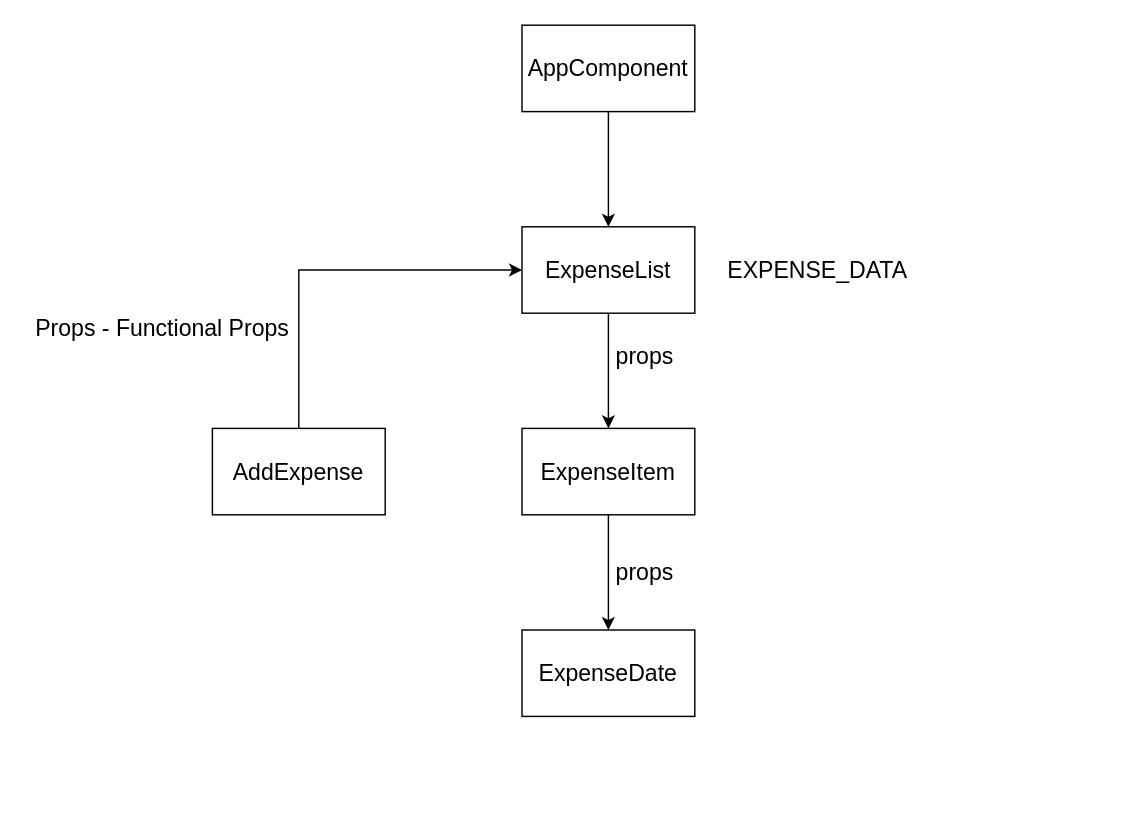
Before: page "Page-2" (2 of 2) of refs/diagrams.drawio in synergy2411/b2_react-mar-22, a draw.io diagram. Source tidied: cells renumbered, new cells numbered last; positions are measured from the earlier drawing's top-left corner, leaving out a move shared by most shapes. Both pictures are drawn from the tidied source at 144%, with x=0, y=0 at pixel (24, 24).
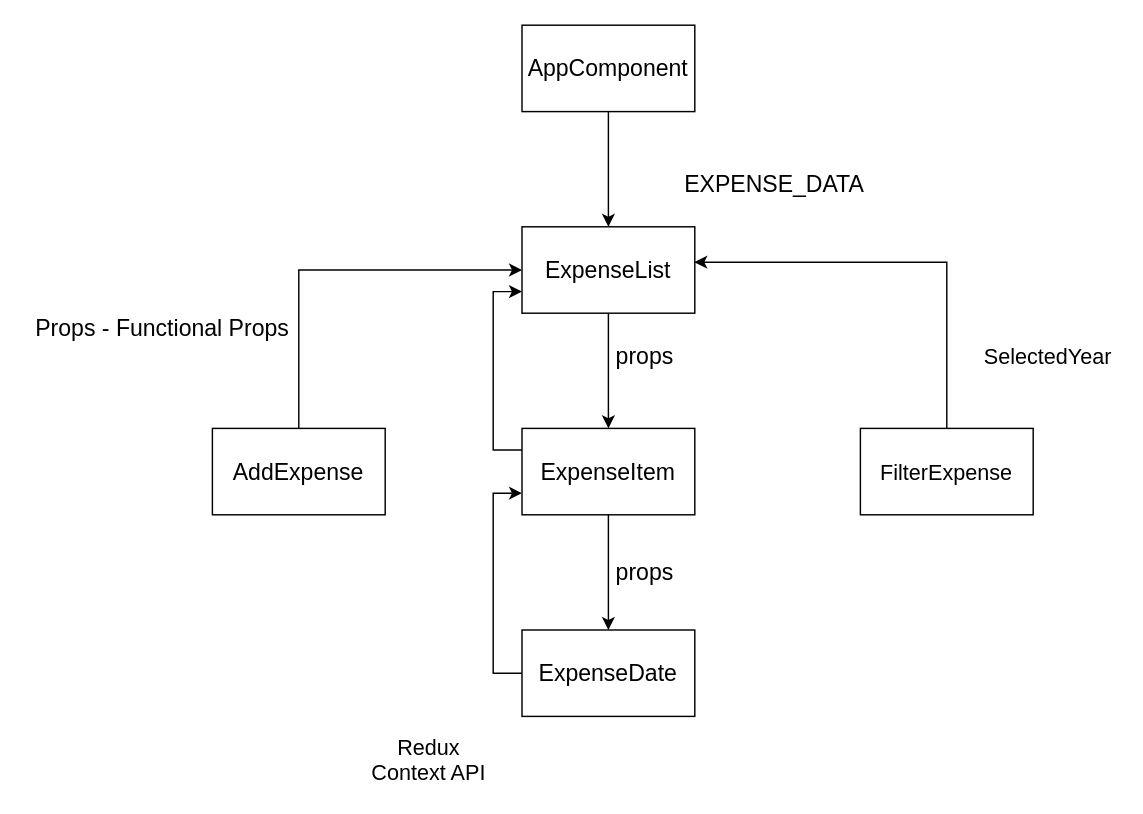
The same page after the edit.

The change refers to these unchanged cells:
```xml
<mxCell id="5" value="ExpenseList" style="rounded=0;whiteSpace=wrap;html=1;fontSize=16;" parent="1" vertex="1">
  <mxGeometry x="345" y="140" width="120" height="60" as="geometry" />
</mxCell>
<mxCell id="7" value="ExpenseItem" style="rounded=0;whiteSpace=wrap;html=1;fontSize=16;" parent="1" vertex="1">
  <mxGeometry x="345" y="280" width="120" height="60" as="geometry" />
</mxCell>
<mxCell id="8" value="ExpenseDate" style="rounded=0;whiteSpace=wrap;html=1;fontSize=16;" parent="1" vertex="1">
  <mxGeometry x="345" y="420" width="120" height="60" as="geometry" />
</mxCell>
```

The edit, as a diff of the source:
```diff
@@
+    <mxCell id="15" style="edgeStyle=orthogonalEdgeStyle;rounded=0;jettySize=auto;html=1;exitX=0;exitY=0.25;exitDx=0;exitDy=0;entryX=0;entryY=0.75;entryDx=0;entryDy=0;fontSize=15;" parent="1" edge="1" source="7" target="5">
+      <mxGeometry relative="1" as="geometry" />
+    </mxCell>
@@
+    <mxCell id="16" style="edgeStyle=orthogonalEdgeStyle;rounded=0;jettySize=auto;html=1;exitX=0;exitY=0.5;exitDx=0;exitDy=0;entryX=0;entryY=0.75;entryDx=0;entryDy=0;fontSize=15;" parent="1" edge="1" source="8" target="7">
+      <mxGeometry relative="1" as="geometry" />
+    </mxCell>
@@
     <mxCell id="11" value="EXPENSE_DATA" style="text;html=1;align=center;verticalAlign=middle;strokeColor=none;fillColor=none;fontSize=16;" parent="1" vertex="1">
-      <mxGeometry x="480" y="160" width="140" height="20" as="geometry" />
+      <mxGeometry x="450" y="100" width="140" height="20" as="geometry" />
     </mxCell>
@@
+    <mxCell id="17" style="edgeStyle=orthogonalEdgeStyle;rounded=0;jettySize=auto;html=1;exitX=0.5;exitY=0;exitDx=0;exitDy=0;entryX=0.997;entryY=0.41;entryDx=0;entryDy=0;entryPerimeter=0;fontSize=15;" parent="1" edge="1" source="18" target="5">
+      <mxGeometry relative="1" as="geometry" />
+    </mxCell>
+    <mxCell id="18" value="&lt;font style=&quot;font-size: 15px&quot;&gt;FilterExpense&lt;/font&gt;" style="rounded=0;whiteSpace=wrap;html=1;" parent="1" vertex="1">
+      <mxGeometry x="580" y="280" width="120" height="60" as="geometry" />
+    </mxCell>
+    <mxCell id="19" value="SelectedYear" style="text;html=1;align=center;verticalAlign=middle;strokeColor=none;fillColor=none;fontSize=15;" parent="1" vertex="1">
+      <mxGeometry x="660" y="220" width="100" height="20" as="geometry" />
+    </mxCell>
+    <mxCell id="20" value="Redux&lt;br&gt;Context API" style="text;html=1;align=center;verticalAlign=middle;strokeColor=none;fillColor=none;fontSize=15;" parent="1" vertex="1">
+      <mxGeometry x="235" y="490" width="90" height="40" as="geometry" />
+    </mxCell>
```
